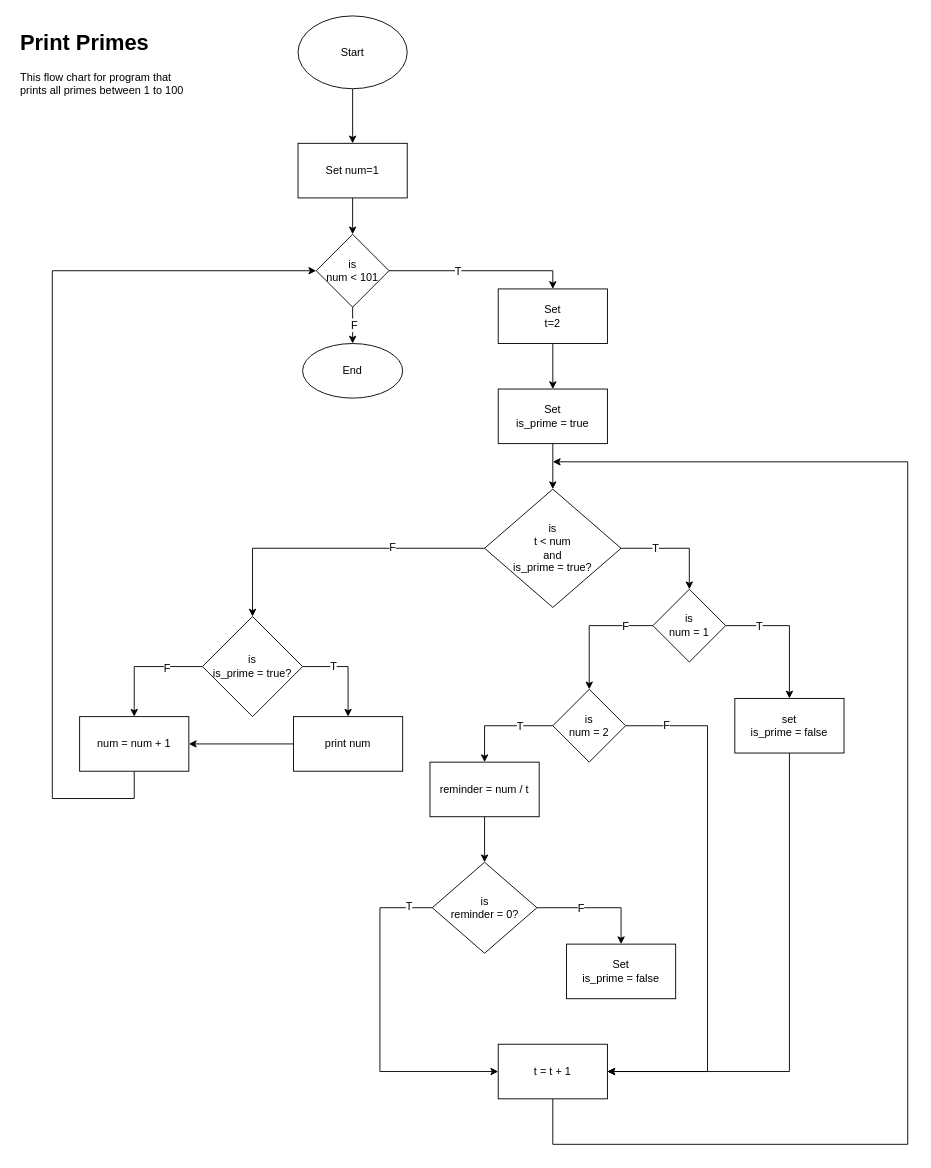
Before: T1A3_Q14.drawio in hirengondhiya/HirenGondhiya_T1A1, a draw.io diagram. Source tidied: cells renumbered, new cells numbered last; positions are measured from the earlier drawing's top-left corner, leaving out a move shared by most shapes. Both pictures are drawn from the tidied source at 91%, with x=0, y=0 at pixel (15, 15).
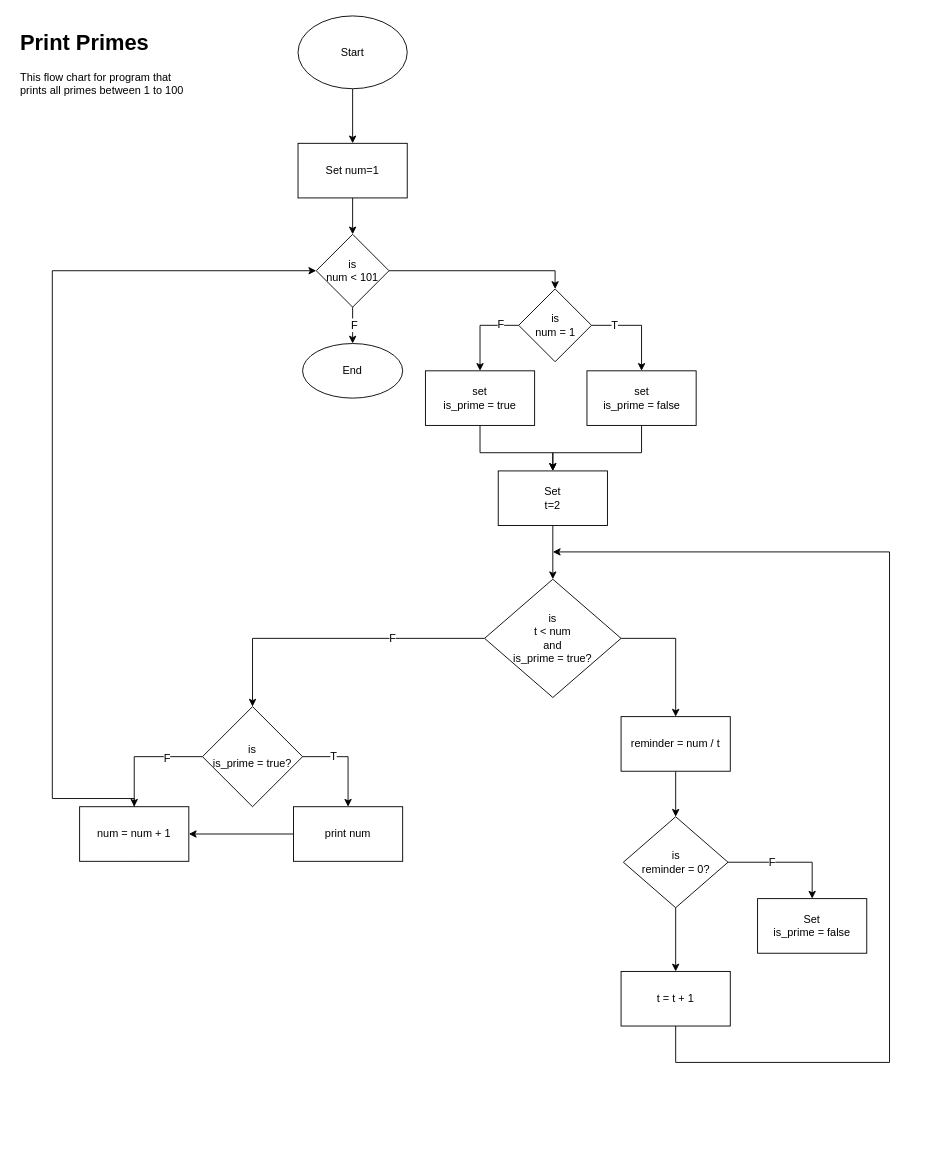
The same diagram, later.

The change refers to these unchanged cells:
```xml
<mxCell id="10" value="is&lt;br&gt;num &amp;lt; 101" style="rhombus;whiteSpace=wrap;html=1;" parent="1" vertex="1">
  <mxGeometry x="330" y="240" width="80" height="80" as="geometry" />
</mxCell>
```

Diff of the diagram source:
```diff
@@
-    <mxCell id="6" style="edgeStyle=orthogonalEdgeStyle;rounded=0;jettySize=auto;html=1;entryX=0.5;entryY=0;entryDx=0;entryDy=0;" parent="1" edge="1" source="10" target="12">
-      <mxGeometry relative="1" as="geometry" />
-    </mxCell>
-    <mxCell id="7" value="T" style="text;html=1;align=center;verticalAlign=middle;labelBackgroundColor=#ffffff;" parent="6" vertex="1">
-      <mxGeometry x="-0.25" relative="1" as="geometry" />
-    </mxCell>
@@
+    <mxCell id="53" style="edgeStyle=orthogonalEdgeStyle;rounded=0;jettySize=auto;html=1;entryX=0.5;entryY=0;entryDx=0;entryDy=0;" parent="1" edge="1" source="10" target="29">
+      <mxGeometry relative="1" as="geometry" />
+    </mxCell>
@@
-    <mxCell id="11" style="edgeStyle=orthogonalEdgeStyle;rounded=0;jettySize=auto;html=1;" parent="1" edge="1" source="12" target="14">
-      <mxGeometry relative="1" as="geometry" />
-    </mxCell>
+    <mxCell id="54" style="edgeStyle=orthogonalEdgeStyle;rounded=0;jettySize=auto;html=1;" parent="1" edge="1" source="12" target="19">
+      <mxGeometry relative="1" as="geometry" />
+    </mxCell>
     <mxCell id="12" value="Set&lt;br&gt;t=2" style="rounded=0;whiteSpace=wrap;html=1;" parent="1" vertex="1">
-      <mxGeometry x="530" y="300" width="120" height="60" as="geometry" />
+      <mxGeometry x="530" y="500" width="120" height="60" as="geometry" />
     </mxCell>
-    <mxCell id="13" style="edgeStyle=orthogonalEdgeStyle;rounded=0;jettySize=auto;html=1;" parent="1" edge="1" source="14" target="19">
-      <mxGeometry relative="1" as="geometry" />
-    </mxCell>
-    <mxCell id="14" value="Set&lt;br&gt;is_prime = true" style="rounded=0;whiteSpace=wrap;html=1;" parent="1" vertex="1">
-      <mxGeometry x="530" y="410" width="120" height="60" as="geometry" />
-    </mxCell>
-    <mxCell id="15" style="edgeStyle=orthogonalEdgeStyle;rounded=0;jettySize=auto;html=1;entryX=0.5;entryY=0;entryDx=0;entryDy=0;" parent="1" edge="1" source="19" target="29">
-      <mxGeometry relative="1" as="geometry" />
-    </mxCell>
-    <mxCell id="16" value="T" style="text;html=1;align=center;verticalAlign=middle;labelBackgroundColor=#ffffff;" parent="15" vertex="1">
-      <mxGeometry x="-0.38" relative="1" as="geometry" />
-    </mxCell>
@@
+    <mxCell id="55" style="edgeStyle=orthogonalEdgeStyle;rounded=0;jettySize=auto;html=1;entryX=0.5;entryY=0;entryDx=0;entryDy=0;exitX=1;exitY=0.5;exitDx=0;exitDy=0;" parent="1" edge="1" source="19" target="38">
+      <mxGeometry relative="1" as="geometry" />
+    </mxCell>
     <mxCell id="19" value="is&lt;br&gt;t &amp;lt; num&lt;br&gt;and&lt;br&gt;is_prime = true?" style="rhombus;whiteSpace=wrap;html=1;" parent="1" vertex="1">
-      <mxGeometry x="515" y="520" width="150" height="130" as="geometry" />
+      <mxGeometry x="515" y="619" width="150" height="130" as="geometry" />
     </mxCell>
@@
     <mxCell id="24" value="is&lt;br&gt;is_prime = true?" style="rhombus;whiteSpace=wrap;html=1;" parent="1" vertex="1">
-      <mxGeometry x="205" y="660" width="110" height="110" as="geometry" />
+      <mxGeometry x="205" y="759" width="110" height="110" as="geometry" />
     </mxCell>
     <mxCell id="25" style="edgeStyle=orthogonalEdgeStyle;rounded=0;jettySize=auto;html=1;" parent="1" edge="1" source="29" target="36">
-      <mxGeometry relative="1" as="geometry" />
+      <mxGeometry relative="1" as="geometry">
+        <Array as="points">
+          <mxPoint x="687.5" y="340" />
+        </Array>
+      </mxGeometry>
     </mxCell>
@@
-    <mxCell id="27" style="edgeStyle=orthogonalEdgeStyle;rounded=0;jettySize=auto;html=1;" parent="1" edge="1" source="29" target="34">
-      <mxGeometry relative="1" as="geometry" />
-    </mxCell>
-    <mxCell id="28" value="F" style="text;html=1;align=center;verticalAlign=middle;labelBackgroundColor=#ffffff;" parent="27" vertex="1">
-      <mxGeometry x="-0.56" relative="1" as="geometry" />
-    </mxCell>
+    <mxCell id="56" style="edgeStyle=orthogonalEdgeStyle;rounded=0;jettySize=auto;html=1;entryX=0.5;entryY=0;entryDx=0;entryDy=0;" parent="1" edge="1" source="29" target="60">
+      <mxGeometry relative="1" as="geometry">
+        <Array as="points">
+          <mxPoint x="510" y="340" />
+        </Array>
+      </mxGeometry>
+    </mxCell>
+    <mxCell id="57" value="F" style="text;html=1;align=center;verticalAlign=middle;labelBackgroundColor=#ffffff;" parent="56" vertex="1">
+      <mxGeometry x="-0.54" y="-2" relative="1" as="geometry">
+        <mxPoint x="1" as="offset" />
+      </mxGeometry>
+    </mxCell>
     <mxCell id="29" value="is&lt;br&gt;num = 1" style="rhombus;whiteSpace=wrap;html=1;" parent="1" vertex="1">
-      <mxGeometry x="700" y="630" width="80" height="80" as="geometry" />
+      <mxGeometry x="552.5" y="300" width="80" height="80" as="geometry" />
     </mxCell>
-    <mxCell id="30" style="edgeStyle=orthogonalEdgeStyle;rounded=0;jettySize=auto;html=1;entryX=0.5;entryY=0;entryDx=0;entryDy=0;" parent="1" edge="1" source="34" target="38">
-      <mxGeometry relative="1" as="geometry" />
-    </mxCell>
-    <mxCell id="31" value="T" style="text;html=1;align=center;verticalAlign=middle;labelBackgroundColor=#ffffff;" parent="30" vertex="1">
-      <mxGeometry x="-0.36" relative="1" as="geometry" />
-    </mxCell>
-    <mxCell id="32" style="edgeStyle=orthogonalEdgeStyle;rounded=0;jettySize=auto;html=1;entryX=1;entryY=0.5;entryDx=0;entryDy=0;" parent="1" edge="1" source="34" target="46">
-      <mxGeometry relative="1" as="geometry">
-        <Array as="points">
-          <mxPoint x="760" y="780" />
-          <mxPoint x="760" y="1160" />
-        </Array>
-      </mxGeometry>
-    </mxCell>
-    <mxCell id="33" value="F" style="text;html=1;align=center;verticalAlign=middle;labelBackgroundColor=#ffffff;" parent="32" vertex="1">
-      <mxGeometry x="-0.85" y="1" relative="1" as="geometry" />
-    </mxCell>
-    <mxCell id="34" value="is&lt;br&gt;num = 2" style="rhombus;whiteSpace=wrap;html=1;" parent="1" vertex="1">
-      <mxGeometry x="590" y="740" width="80" height="80" as="geometry" />
-    </mxCell>
-    <mxCell id="35" style="edgeStyle=orthogonalEdgeStyle;rounded=0;jettySize=auto;html=1;entryX=1;entryY=0.5;entryDx=0;entryDy=0;" parent="1" edge="1" source="36" target="46">
-      <mxGeometry relative="1" as="geometry">
-        <Array as="points">
-          <mxPoint x="850" y="1160" />
-        </Array>
-      </mxGeometry>
-    </mxCell>
+    <mxCell id="58" style="edgeStyle=orthogonalEdgeStyle;rounded=0;jettySize=auto;html=1;" parent="1" edge="1" source="36">
+      <mxGeometry relative="1" as="geometry">
+        <mxPoint x="590" y="500" as="targetPoint" />
+        <Array as="points">
+          <mxPoint x="688" y="480" />
+          <mxPoint x="590" y="480" />
+        </Array>
+      </mxGeometry>
+    </mxCell>
     <mxCell id="36" value="set&lt;br&gt;is_prime = false" style="rounded=0;whiteSpace=wrap;html=1;" parent="1" vertex="1">
-      <mxGeometry x="790" y="750" width="120" height="60" as="geometry" />
+      <mxGeometry x="627.5" y="390" width="120" height="60" as="geometry" />
     </mxCell>
@@
     <mxCell id="38" value="reminder = num / t" style="rounded=0;whiteSpace=wrap;html=1;" parent="1" vertex="1">
-      <mxGeometry x="455" y="820" width="120" height="60" as="geometry" />
+      <mxGeometry x="665" y="770" width="120" height="60" as="geometry" />
     </mxCell>
@@
-    <mxCell id="41" style="edgeStyle=orthogonalEdgeStyle;rounded=0;jettySize=auto;html=1;entryX=0;entryY=0.5;entryDx=0;entryDy=0;exitX=0;exitY=0.5;exitDx=0;exitDy=0;" parent="1" edge="1" source="43" target="46">
-      <mxGeometry relative="1" as="geometry">
-        <Array as="points">
-          <mxPoint x="400" y="980" />
-          <mxPoint x="400" y="1160" />
-        </Array>
-      </mxGeometry>
+    <mxCell id="41" style="edgeStyle=orthogonalEdgeStyle;rounded=0;jettySize=auto;html=1;" parent="1" edge="1" source="43" target="46">
+      <mxGeometry relative="1" as="geometry" />
     </mxCell>
-    <mxCell id="42" value="T" style="text;html=1;align=center;verticalAlign=middle;labelBackgroundColor=#ffffff;" parent="41" vertex="1">
-      <mxGeometry x="-0.86" y="-2" relative="1" as="geometry" />
-    </mxCell>
     <mxCell id="43" value="is&lt;br&gt;reminder = 0?" style="rhombus;whiteSpace=wrap;html=1;" parent="1" vertex="1">
-      <mxGeometry x="457.5" y="930" width="115" height="100" as="geometry" />
+      <mxGeometry x="667.5" y="880" width="115" height="100" as="geometry" />
     </mxCell>
     <mxCell id="44" value="Set&lt;br&gt;is_prime = false" style="rounded=0;whiteSpace=wrap;html=1;" parent="1" vertex="1">
-      <mxGeometry x="605" y="1020" width="120" height="60" as="geometry" />
+      <mxGeometry x="815" y="970" width="120" height="60" as="geometry" />
     </mxCell>
-    <mxCell id="45" style="edgeStyle=orthogonalEdgeStyle;rounded=0;jettySize=auto;html=1;" parent="1" edge="1" source="46">
+    <mxCell id="45" style="edgeStyle=orthogonalEdgeStyle;rounded=0;jettySize=auto;html=1;exitX=0.5;exitY=1;exitDx=0;exitDy=0;" parent="1" edge="1" source="46">
       <mxGeometry relative="1" as="geometry">
-        <mxPoint x="590" y="490" as="targetPoint" />
+        <mxPoint x="590" y="589" as="targetPoint" />
         <Array as="points">
-          <mxPoint x="590" y="1240" />
-          <mxPoint x="980" y="1240" />
-          <mxPoint x="980" y="490" />
+          <mxPoint x="725" y="1150" />
+          <mxPoint x="960" y="1150" />
+          <mxPoint x="960" y="589" />
         </Array>
       </mxGeometry>
     </mxCell>
     <mxCell id="46" value="t = t + 1" style="rounded=0;whiteSpace=wrap;html=1;" parent="1" vertex="1">
-      <mxGeometry x="530" y="1130" width="120" height="60" as="geometry" />
+      <mxGeometry x="665" y="1050" width="120" height="60" as="geometry" />
     </mxCell>
@@
     <mxCell id="49" value="print num" style="rounded=0;whiteSpace=wrap;html=1;" parent="1" vertex="1">
-      <mxGeometry x="305" y="770" width="120" height="60" as="geometry" />
+      <mxGeometry x="305" y="869" width="120" height="60" as="geometry" />
     </mxCell>
@@
     <mxCell id="51" value="num = num + 1" style="rounded=0;whiteSpace=wrap;html=1;" parent="1" vertex="1">
-      <mxGeometry x="70" y="770" width="120" height="60" as="geometry" />
+      <mxGeometry x="70" y="869" width="120" height="60" as="geometry" />
     </mxCell>
@@
+    <mxCell id="59" style="edgeStyle=orthogonalEdgeStyle;rounded=0;jettySize=auto;html=1;entryX=0.5;entryY=0;entryDx=0;entryDy=0;" parent="1" edge="1" source="60" target="12">
+      <mxGeometry relative="1" as="geometry">
+        <Array as="points">
+          <mxPoint x="510" y="480" />
+          <mxPoint x="590" y="480" />
+        </Array>
+      </mxGeometry>
+    </mxCell>
+    <mxCell id="60" value="set&lt;br&gt;is_prime = true" style="rounded=0;whiteSpace=wrap;html=1;" parent="1" vertex="1">
+      <mxGeometry x="450" y="390" width="120" height="60" as="geometry" />
+    </mxCell>
```
